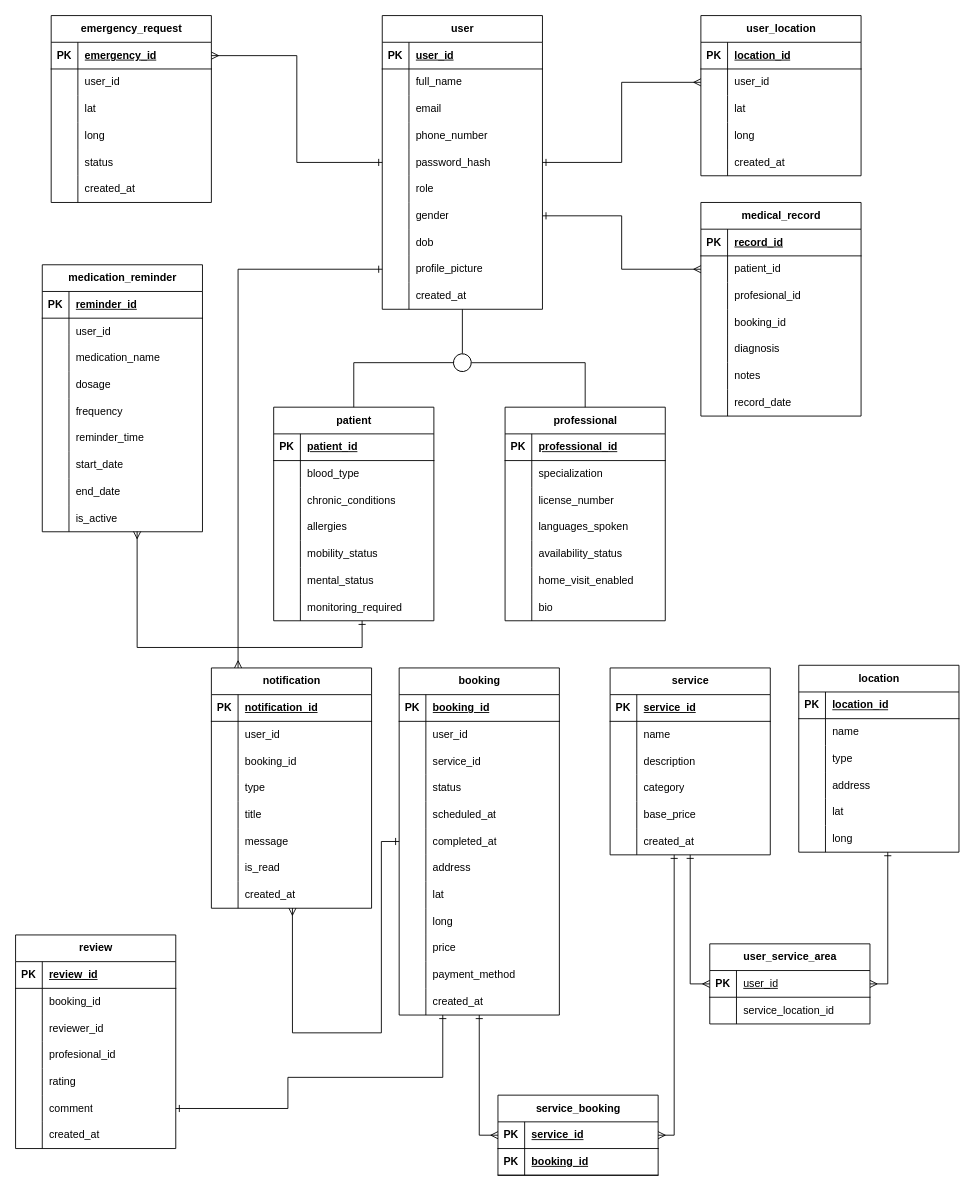
Earlier version of the draw.io diagram Dawi DB.drawio (TacoMaster04/draw.io). Source tidied: cells renumbered, new cells numbered last; positions are measured from the earlier drawing's top-left corner, leaving out a move shared by most shapes. Both pictures are drawn from the tidied source at 89%, with x=0, y=0 at pixel (15, 15).
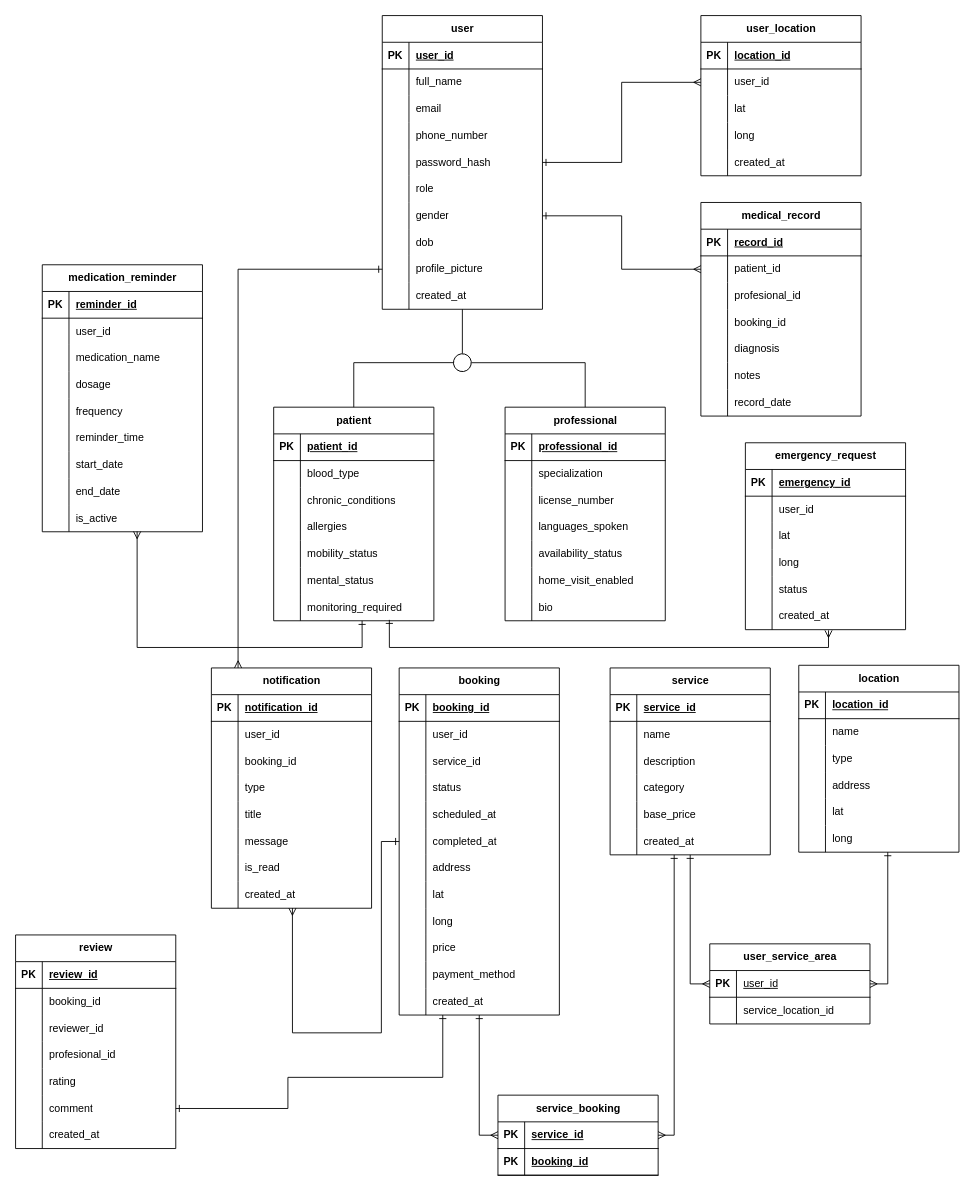
After the change.

Unchanged cells that the change refers to:
```xml
<mxCell id="7" value="user" style="shape=table;startSize=30;childLayout=tableLayout;rowLines=0;fontStyle=1;align=center;html=1;" parent="1" vertex="1">
  <mxGeometry x="412" width="180" height="330" as="geometry" />
</mxCell>
<mxCell id="39" style="shape=tableRow;horizontal=0;startSize=0;swimlaneHead=0;swimlaneBody=0;fillColor=none;points=[[0,0.5],[1,0.5]];portConstraint=eastwest;top=0;left=0;right=0;bottom=1;" parent="38" vertex="1">
  <mxGeometry y="30" width="180" height="30" as="geometry" />
</mxCell>
<mxCell id="54" style="shape=tableRow;horizontal=0;startSize=0;swimlaneHead=0;swimlaneBody=0;fillColor=none;points=[[0,0.5],[1,0.5]];portConstraint=eastwest;top=0;left=0;right=0;bottom=0;" parent="38" vertex="1">
  <mxGeometry y="180" width="180" height="30" as="geometry" />
</mxCell>
<mxCell id="276" style="shape=tableRow;horizontal=0;startSize=0;swimlaneHead=0;swimlaneBody=0;fillColor=none;points=[[0,0.5],[1,0.5]];portConstraint=eastwest;top=0;left=0;right=0;bottom=0;" parent="257" vertex="1">
  <mxGeometry y="210" width="180" height="30" as="geometry" />
</mxCell>
```

Diff of the diagram source:
```diff
@@
-    <mxCell id="6" style="edgeStyle=orthogonalEdgeStyle;rounded=0;jettySize=auto;html=1;entryX=1;entryY=0.5;entryDx=0;entryDy=0;startArrow=ERone;startFill=0;endArrow=ERmany;endFill=0;" parent="1" edge="1" source="7" target="39">
+    <mxCell id="6" style="edgeStyle=orthogonalEdgeStyle;rounded=0;jettySize=auto;html=1;entryX=0.519;entryY=1.026;entryDx=0;entryDy=0;startArrow=ERone;startFill=0;endArrow=ERmany;endFill=0;exitX=0.722;exitY=0.966;exitDx=0;exitDy=0;exitPerimeter=0;entryPerimeter=0;" parent="1" edge="1" source="276" target="54">
       <mxGeometry relative="1" as="geometry" />
     </mxCell>
@@
     <mxCell id="38" value="emergency_request" style="shape=table;startSize=30;childLayout=tableLayout;rowLines=0;fontStyle=1;align=center;html=1;" parent="1" vertex="1">
-      <mxGeometry x="40" width="180" height="210" as="geometry" />
+      <mxGeometry x="820" y="480" width="180" height="210" as="geometry" />
     </mxCell>
```
